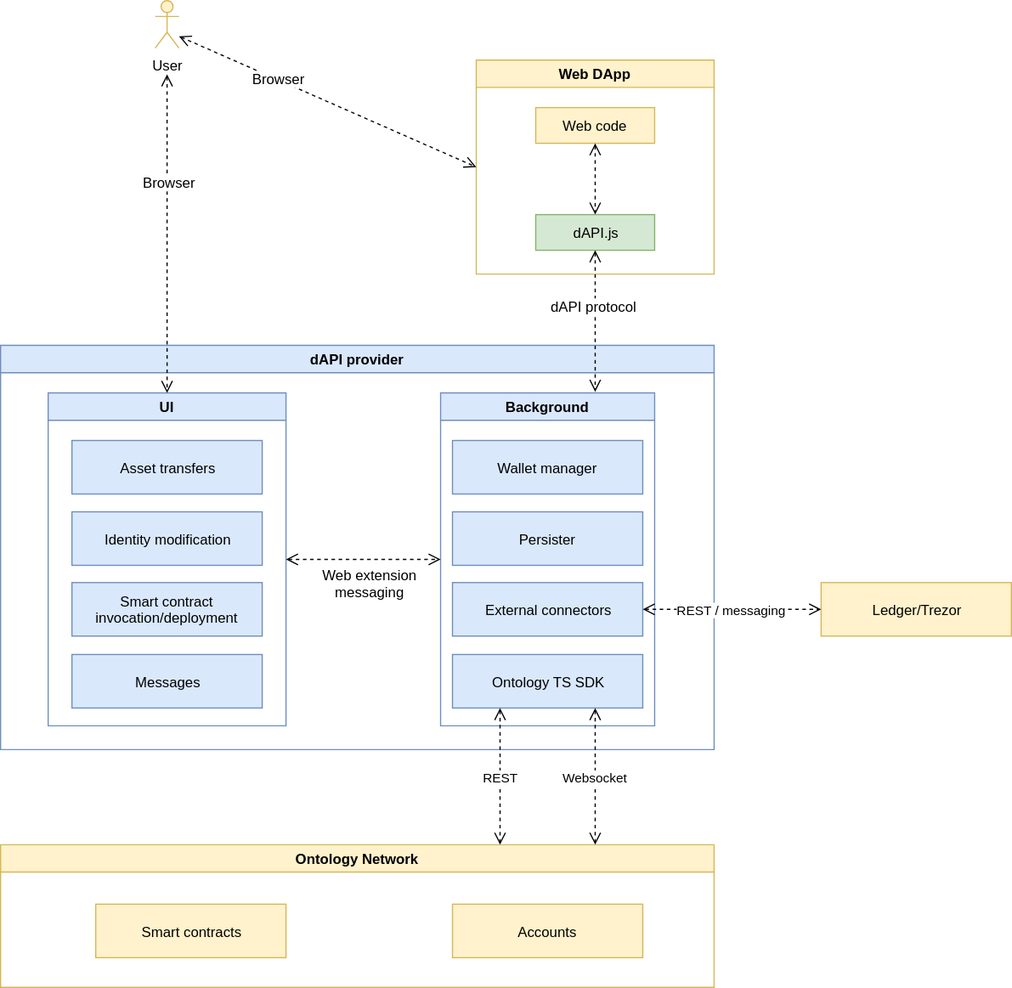
This is OEP-6/OEP-6-1.svg from ontio/OEPs, a draw.io export, as it was before one commit. Source tidied: cells renumbered, new cells last; positions are measured from the earlier drawing's top-left corner, leaving out a move shared by most shapes.
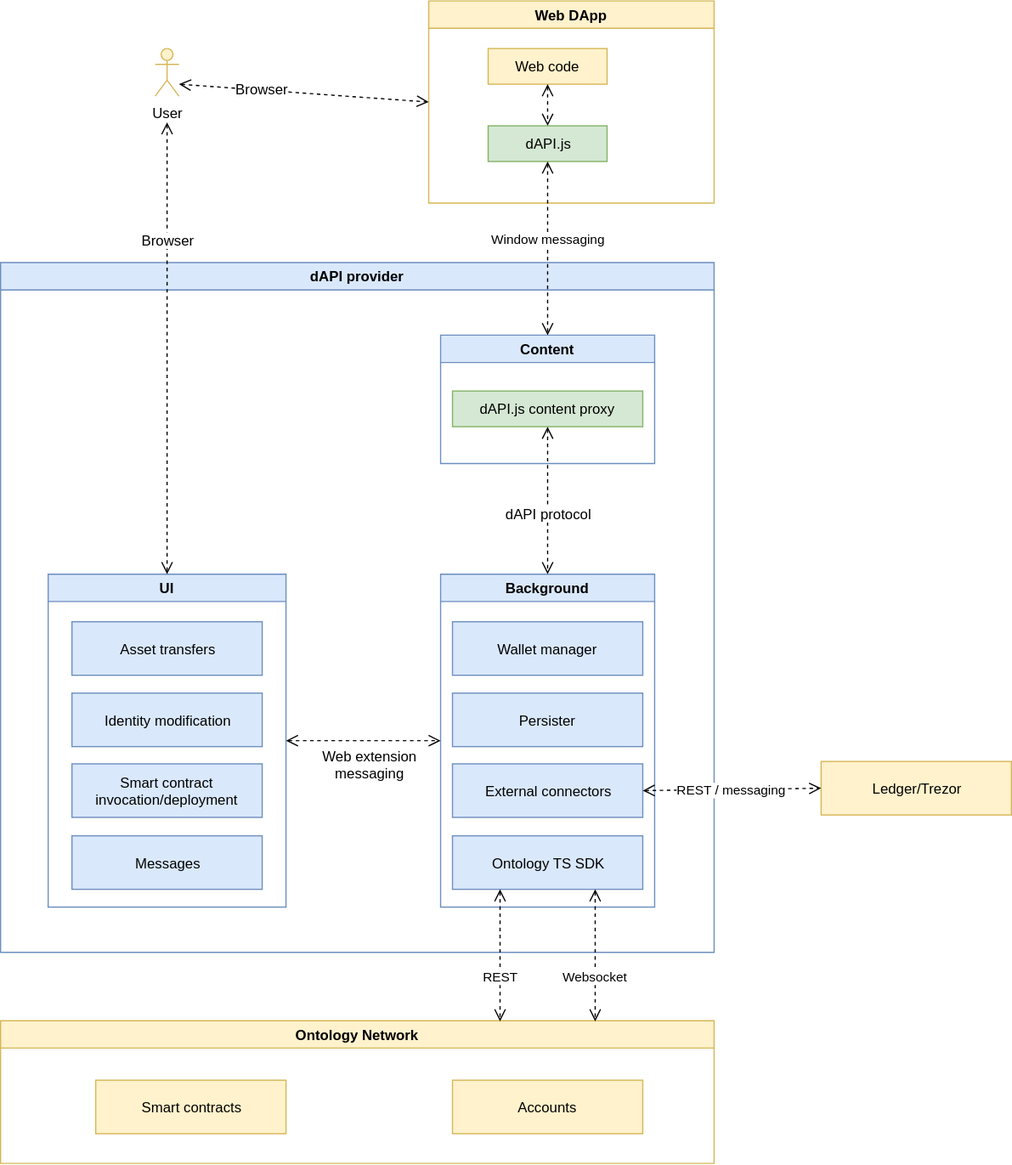
Above is the later version.

Change to the diagram source:
```diff
@@ -6,22 +6,22 @@
       <mxGeometry x="130" width="20" height="40" as="geometry" />
     </mxCell>
     <mxCell id="3" value="Web DApp" style="swimlane;fillColor=#fff2cc;strokeColor=#d6b656;" parent="1" vertex="1">
-      <mxGeometry x="400" y="50" width="200" height="180" as="geometry" />
+      <mxGeometry x="360" y="-40" width="240" height="170" as="geometry" />
     </mxCell>
     <mxCell id="4" value="Web code" style="whiteSpace=wrap;html=1;align=center;fillColor=#fff2cc;strokeColor=#d6b656;" parent="3" vertex="1">
       <mxGeometry x="50" y="40" width="100" height="30" as="geometry" />
     </mxCell>
     <mxCell id="5" value="dAPI.js" style="whiteSpace=wrap;html=1;align=center;fillColor=#d5e8d4;strokeColor=#82b366;" parent="3" vertex="1">
-      <mxGeometry x="50" y="130" width="100" height="30" as="geometry" />
+      <mxGeometry x="50" y="105" width="100" height="30" as="geometry" />
     </mxCell>
     <mxCell id="6" style="endArrow=open;endFill=1;endSize=8;html=1;exitX=0.5;exitY=1;entryX=0.5;entryY=0;dashed=1;startArrow=open;startFill=0;startSize=8;" parent="3" edge="1" source="4" target="5">
       <mxGeometry relative="1" as="geometry" />
     </mxCell>
     <mxCell id="7" value="dAPI provider" style="swimlane;fillColor=#dae8fc;strokeColor=#6c8ebf;" parent="1" vertex="1">
-      <mxGeometry y="290" width="600" height="340" as="geometry" />
+      <mxGeometry y="180" width="600" height="580" as="geometry" />
     </mxCell>
     <mxCell id="8" value="UI" style="swimlane;fillColor=#dae8fc;strokeColor=#6c8ebf;" parent="7" vertex="1">
-      <mxGeometry x="40" y="40" width="200" height="280" as="geometry" />
+      <mxGeometry x="40" y="262" width="200" height="280" as="geometry" />
     </mxCell>
     <mxCell id="9" value="Asset transfers" style="whiteSpace=wrap;html=1;align=center;fillColor=#dae8fc;strokeColor=#6c8ebf;" parent="8" vertex="1">
       <mxGeometry x="20" y="40" width="160" height="45" as="geometry" />
@@ -36,7 +36,7 @@
       <mxGeometry x="20" y="220" width="160" height="45" as="geometry" />
     </mxCell>
     <mxCell id="13" value="Background" style="swimlane;fillColor=#dae8fc;strokeColor=#6c8ebf;" parent="7" vertex="1">
-      <mxGeometry x="370" y="40" width="180" height="280" as="geometry" />
+      <mxGeometry x="370" y="262" width="180" height="280" as="geometry" />
     </mxCell>
     <mxCell id="14" value="Ontology TS SDK" style="whiteSpace=wrap;html=1;align=center;fillColor=#dae8fc;strokeColor=#6c8ebf;" parent="13" vertex="1">
       <mxGeometry x="10" y="220" width="160" height="45" as="geometry" />
@@ -58,8 +58,22 @@
         <mxPoint x="19" y="17.5" as="offset" />
       </mxGeometry>
     </mxCell>
+    <mxCell id="33" value="Content" style="swimlane;fillColor=#dae8fc;strokeColor=#6c8ebf;" parent="7" vertex="1">
+      <mxGeometry x="370" y="61" width="180" height="108" as="geometry" />
+    </mxCell>
+    <mxCell id="34" value="dAPI.js content proxy" style="whiteSpace=wrap;html=1;align=center;fillColor=#d5e8d4;strokeColor=#82b366;" parent="33" vertex="1">
+      <mxGeometry x="10" y="47" width="160" height="30" as="geometry" />
+    </mxCell>
+    <mxCell id="25" style="endArrow=open;endFill=1;endSize=8;html=1;dashed=1;startArrow=open;startFill=0;startSize=8;exitX=0.5;exitY=1;entryX=0.5;entryY=0;" parent="7" edge="1" source="34" target="13">
+      <mxGeometry relative="1" as="geometry" />
+    </mxCell>
+    <mxCell id="26" value="dAPI protocol" style="text;html=1;align=center;verticalAlign=middle;labelBackgroundColor=#ffffff;" parent="25" vertex="1">
+      <mxGeometry x="-0.22" y="-2" relative="1" as="geometry">
+        <mxPoint x="2" y="24" as="offset" />
+      </mxGeometry>
+    </mxCell>
     <mxCell id="20" value="Ontology Network" style="swimlane;fillColor=#fff2cc;strokeColor=#d6b656;" parent="1" vertex="1">
-      <mxGeometry y="710" width="600" height="120" as="geometry" />
+      <mxGeometry y="817.5" width="600" height="120" as="geometry" />
     </mxCell>
     <mxCell id="21" value="Smart contracts&lt;br&gt;" style="whiteSpace=wrap;html=1;align=center;fillColor=#fff2cc;strokeColor=#d6b656;" parent="20" vertex="1">
       <mxGeometry x="80" y="50" width="160" height="45" as="geometry" />
@@ -68,21 +82,13 @@
       <mxGeometry x="380" y="50" width="160" height="45" as="geometry" />
     </mxCell>
     <mxCell id="23" value="Websocket" style="endArrow=open;endFill=1;endSize=8;html=1;exitX=0.75;exitY=1;dashed=1;entryX=0.833;entryY=0;entryPerimeter=0;startArrow=open;startFill=0;startSize=8;" parent="1" edge="1" source="14" target="20">
-      <mxGeometry relative="1" as="geometry" />
+      <mxGeometry x="0.32" relative="1" as="geometry" />
     </mxCell>
     <mxCell id="24" value="REST" style="endArrow=open;endFill=1;endSize=8;html=1;exitX=0.25;exitY=1;entryX=0.7;entryY=0;entryPerimeter=0;dashed=1;startArrow=open;startFill=0;startSize=8;" parent="1" edge="1" source="14" target="20">
-      <mxGeometry relative="1" as="geometry" />
+      <mxGeometry x="0.32" relative="1" as="geometry" />
     </mxCell>
-    <mxCell id="25" style="endArrow=open;endFill=1;endSize=8;html=1;exitX=0.5;exitY=1;dashed=1;startArrow=open;startFill=0;startSize=8;" parent="1" edge="1" source="5">
-      <mxGeometry relative="1" as="geometry">
-        <mxPoint x="500" y="329" as="targetPoint" />
-      </mxGeometry>
-    </mxCell>
-    <mxCell id="26" value="dAPI protocol" style="text;html=1;align=center;verticalAlign=middle;labelBackgroundColor=#ffffff;" parent="25" vertex="1">
-      <mxGeometry x="-0.22" y="-2" relative="1" as="geometry" />
-    </mxCell>
     <mxCell id="27" value="Ledger/Trezor" style="whiteSpace=wrap;html=1;align=center;fillColor=#fff2cc;strokeColor=#d6b656;" parent="1" vertex="1">
-      <mxGeometry x="690" y="489.5" width="160" height="45" as="geometry" />
+      <mxGeometry x="690" y="599.5" width="160" height="45" as="geometry" />
     </mxCell>
     <mxCell id="28" value="REST / messaging" style="endArrow=open;endFill=1;endSize=8;html=1;entryX=0;entryY=0.5;dashed=1;startArrow=open;startFill=0;startSize=8;jumpSize=6;rounded=0;exitX=1;exitY=0.5;" parent="1" edge="1" source="17" target="27">
       <mxGeometry relative="1" as="geometry" />
@@ -99,7 +105,16 @@
       <mxGeometry relative="1" as="geometry" />
     </mxCell>
     <mxCell id="32" value="Browser" style="text;html=1;align=center;verticalAlign=middle;labelBackgroundColor=#ffffff;" parent="31" vertex="1">
-      <mxGeometry x="-0.33" y="1" relative="1" as="geometry" />
+      <mxGeometry x="-0.33" y="1" relative="1" as="geometry">
+        <mxPoint x="-1" y="-29" as="offset" />
+      </mxGeometry>
     </mxCell>
+    <mxCell id="35" value="Window messaging" style="endArrow=open;endFill=1;endSize=8;html=1;exitX=0.5;exitY=1;entryX=0.5;entryY=0;dashed=1;startArrow=open;startFill=0;startSize=8;" parent="1" edge="1" source="5" target="33">
+      <mxGeometry x="-0.11" relative="1" as="geometry">
+        <Array as="points">
+          <mxPoint x="460" y="160" />
+        </Array>
+      </mxGeometry>
+    </mxCell>
   </root>
 </mxGraphModel>
```
